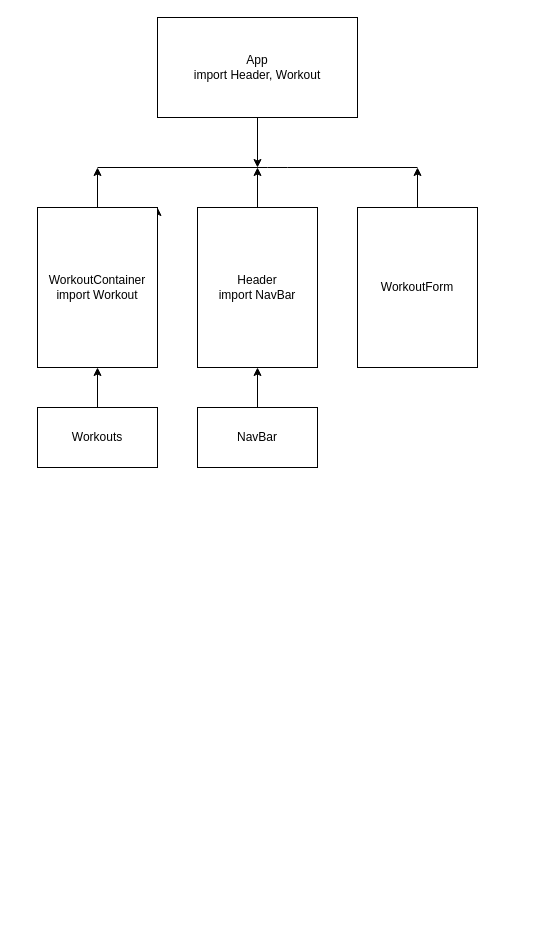
Before: .drawio in kennethlatour/Victory-React-Project, a draw.io diagram. Source tidied: cells renumbered, new cells numbered last; positions are measured from the earlier drawing's top-left corner, leaving out a move shared by most shapes. Both pictures are drawn from the tidied source at 100%, with x=0, y=0 at pixel (37, 17).
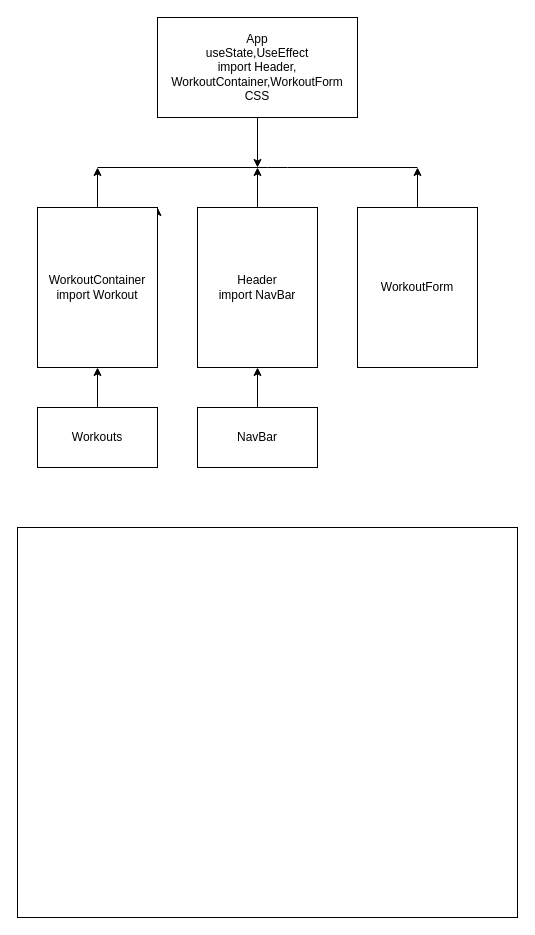
The same page after the edit.

Diff of the diagram source:
```diff
@@
-    <mxCell id="3" value="App&lt;br&gt;import Header, Workout" style="rounded=0;whiteSpace=wrap;html=1;" parent="1" vertex="1">
+    <mxCell id="3" value="App&lt;br&gt;useState,UseEffect&lt;br&gt;import Header, WorkoutContainer,WorkoutForm&lt;br&gt;CSS" style="rounded=0;whiteSpace=wrap;html=1;" parent="1" vertex="1">
       <mxGeometry x="120" width="200" height="100" as="geometry" />
     </mxCell>
@@
+    <mxCell id="16" style="rounded=0;whiteSpace=wrap;html=1;" parent="1" vertex="1">
+      <mxGeometry x="-20" y="510" width="500" height="390" as="geometry" />
+    </mxCell>
```
